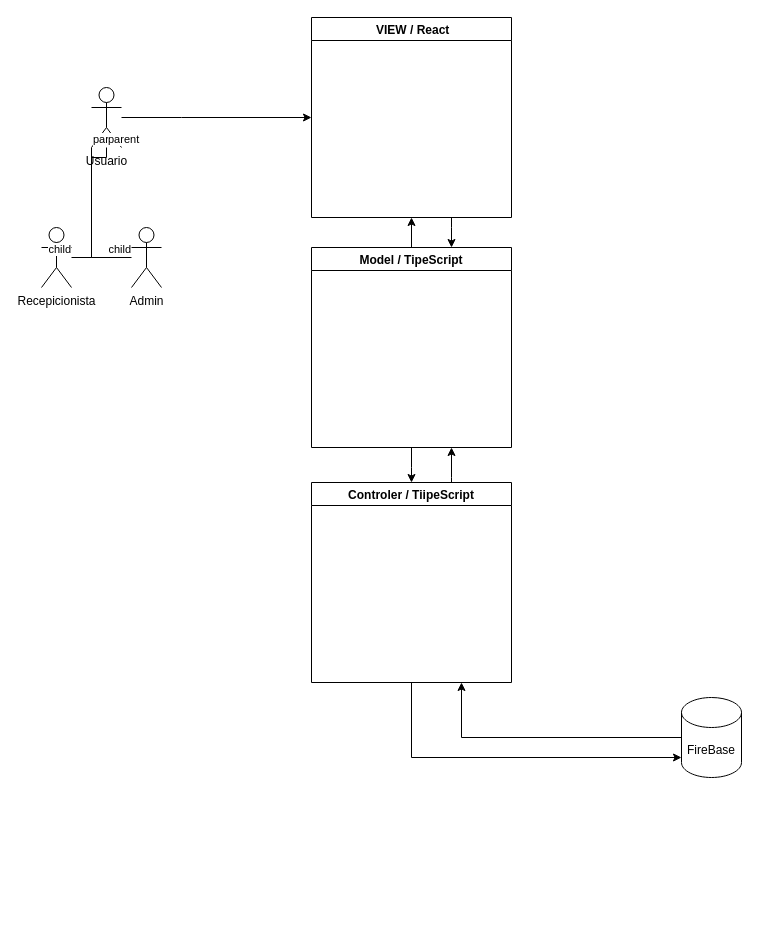
The draw.io diagram page "Meuchadi_Arq_Geral" (1 of 3) of uml/Untitled Diagram.drawio in dmm813/meuchade, before the edit. Source tidied: cells renumbered, new cells numbered last; positions are measured from the earlier drawing's top-left corner, leaving out a move shared by most shapes. Both pictures are drawn from the tidied source at 100%, with x=0, y=0 at pixel (41, 17).
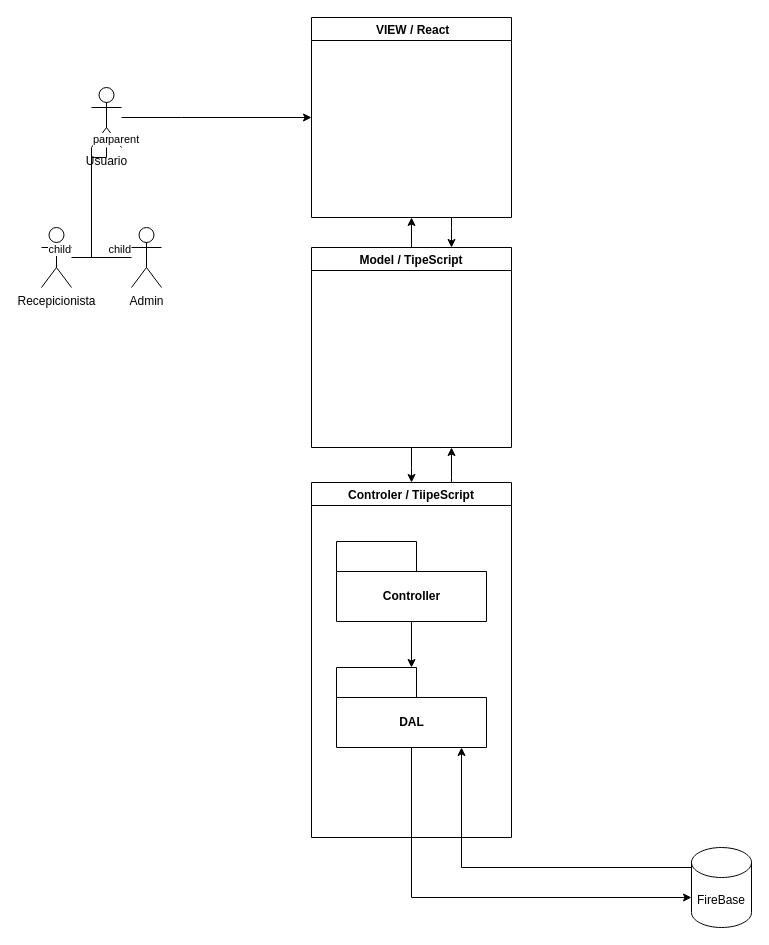
The same page after the edit.

The edit, as a diff of the source:
```diff
@@
-    <mxCell id="7" style="edgeStyle=orthogonalEdgeStyle;rounded=0;jettySize=auto;html=1;" parent="1" edge="1" source="9" target="11">
+    <mxCell id="7" style="edgeStyle=orthogonalEdgeStyle;rounded=0;jettySize=auto;html=1;exitX=0.5;exitY=1;exitDx=0;exitDy=0;exitPerimeter=0;" parent="1" edge="1" source="24" target="11">
       <mxGeometry relative="1" as="geometry">
         <Array as="points">
-          <mxPoint x="370" y="740" />
+          <mxPoint x="370" y="880" />
         </Array>
       </mxGeometry>
     </mxCell>
@@
     <mxCell id="9" value="Controler / TiipeScript" style="swimlane;startSize=23;" parent="1" vertex="1">
-      <mxGeometry x="270" y="465" width="200" height="200" as="geometry" />
+      <mxGeometry x="270" y="465" width="200" height="355" as="geometry" />
     </mxCell>
+    <mxCell id="22" style="edgeStyle=orthogonalEdgeStyle;rounded=0;jettySize=auto;html=1;" parent="9" edge="1" source="23" target="24">
+      <mxGeometry relative="1" as="geometry" />
+    </mxCell>
+    <mxCell id="23" value="Controller" style="shape=folder;fontStyle=1;tabWidth=80;tabHeight=30;tabPosition=left;html=1;boundedLbl=1;" parent="9" vertex="1">
+      <mxGeometry x="25" y="59" width="150" height="80" as="geometry" />
+    </mxCell>
+    <mxCell id="24" value="DAL" style="shape=folder;fontStyle=1;tabWidth=80;tabHeight=30;tabPosition=left;html=1;boundedLbl=1;" parent="9" vertex="1">
+      <mxGeometry x="25" y="185" width="150" height="80" as="geometry" />
+    </mxCell>
-    <mxCell id="10" style="edgeStyle=orthogonalEdgeStyle;rounded=0;jettySize=auto;html=1;entryX=0.75;entryY=1;entryDx=0;entryDy=0;" parent="1" edge="1" source="11" target="9">
+    <mxCell id="10" style="edgeStyle=orthogonalEdgeStyle;rounded=0;jettySize=auto;html=1;" parent="1" edge="1" source="11" target="24">
       <mxGeometry relative="1" as="geometry">
         <Array as="points">
-          <mxPoint x="420" y="720" />
+          <mxPoint x="420" y="850" />
         </Array>
       </mxGeometry>
     </mxCell>
     <mxCell id="11" value="FireBase" style="shape=cylinder3;whiteSpace=wrap;html=1;boundedLbl=1;backgroundOutline=1;size=15;" parent="1" vertex="1">
-      <mxGeometry x="640" y="680" width="60" height="80" as="geometry" />
+      <mxGeometry x="650" y="830" width="60" height="80" as="geometry" />
     </mxCell>
```
